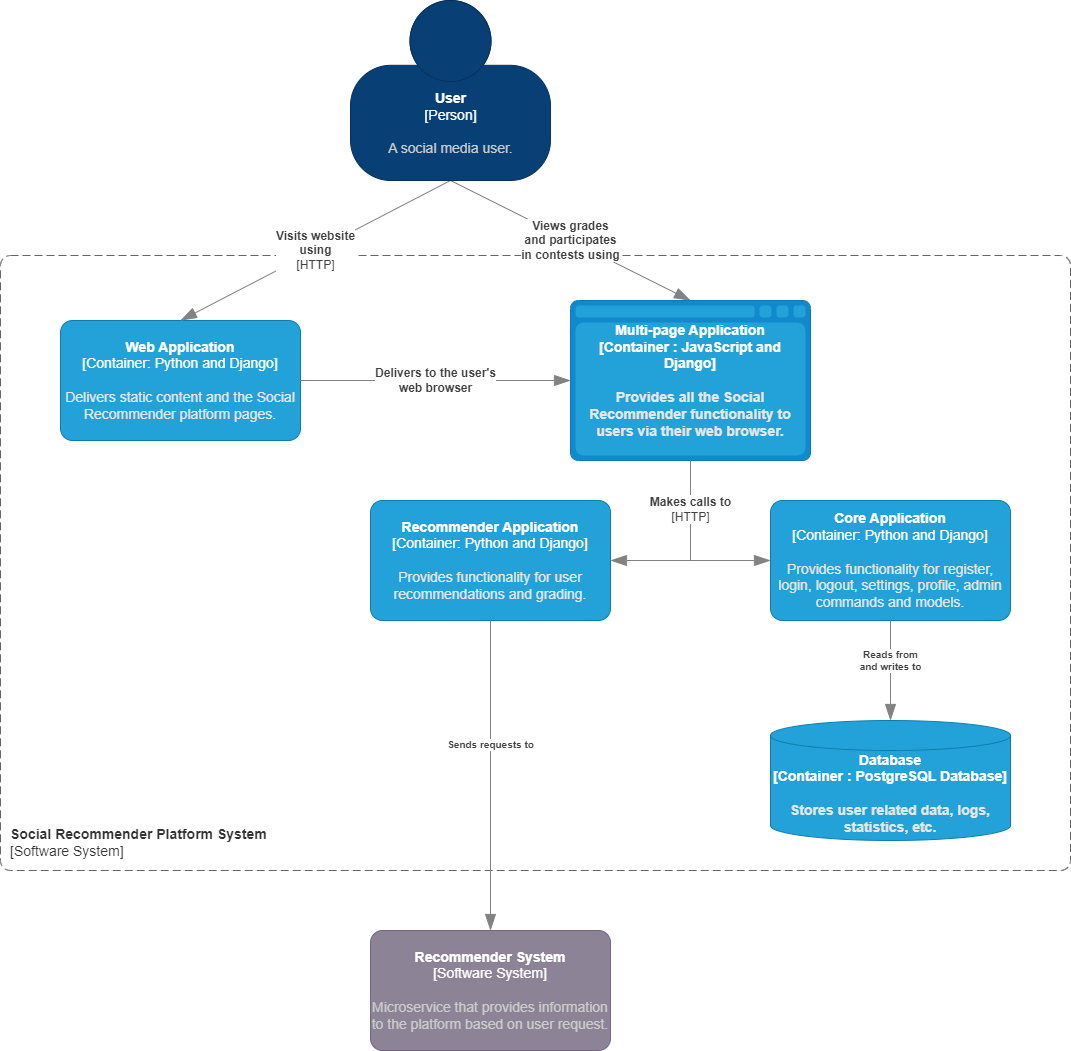
Above: docs/C2.png in Danie83/SoRe (draw.io), before the change. Source tidied: cells renumbered, new cells last; positions are measured from the earlier drawing's top-left corner, leaving out a move shared by most shapes.
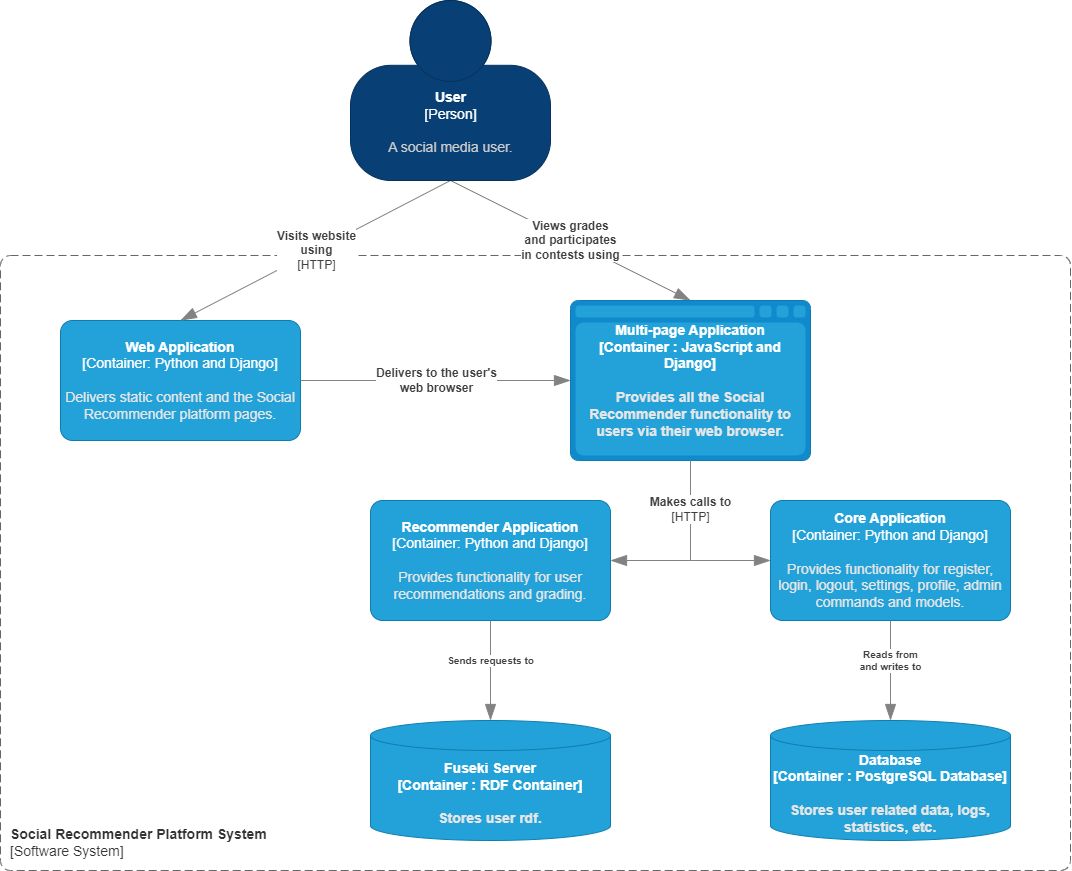
After the commit.

Change to the diagram source:
```diff
@@ -79,14 +79,14 @@
       </mxCell>
     </object>
     <object id="15" label="&lt;div style=&quot;text-align: left&quot;&gt;&lt;div style=&quot;text-align: center&quot;&gt;&lt;b&gt;%c4Description%&lt;/b&gt;&lt;/div&gt;" c4Description="Sends requests to" c4Type="Relationship" placeholders="1">
-      <mxCell style="endArrow=blockThin;html=1;fontSize=10;fontColor=#404040;strokeWidth=1;endFill=1;strokeColor=#828282;elbow=vertical;endSize=14;startSize=14;jumpStyle=arc;jumpSize=16;rounded=0;edgeStyle=orthogonalEdgeStyle;exitX=0.5;exitY=1;exitDx=0;exitDy=0;exitPerimeter=0;entryX=0.5;entryY=0;entryDx=0;entryDy=0;entryPerimeter=0;" parent="1" edge="1" source="9" target="16">
+      <mxCell style="endArrow=blockThin;html=1;fontSize=10;fontColor=#404040;strokeWidth=1;endFill=1;strokeColor=#828282;elbow=vertical;endSize=14;startSize=14;jumpStyle=arc;jumpSize=16;rounded=0;edgeStyle=orthogonalEdgeStyle;exitX=0.5;exitY=1;exitDx=0;exitDy=0;exitPerimeter=0;entryX=0.5;entryY=0;entryDx=0;entryDy=0;entryPerimeter=0;" parent="1" edge="1" source="9" target="17">
         <mxGeometry x="-0.2" relative="1" as="geometry" />
       </mxCell>
     </object>
-    <object id="16" label="&lt;font style=&quot;font-size: 14px;&quot;&gt;&lt;b style=&quot;font-size: 14px;&quot;&gt;%c4Name%&lt;/b&gt;&lt;/font&gt;&lt;div style=&quot;font-size: 14px;&quot;&gt;[%c4Type%]&lt;/div&gt;&lt;br style=&quot;font-size: 14px;&quot;&gt;&lt;div style=&quot;font-size: 14px;&quot;&gt;&lt;font style=&quot;font-size: 14px;&quot;&gt;&lt;font color=&quot;#cccccc&quot; style=&quot;font-size: 14px;&quot;&gt;%c4Description%&lt;/font&gt;&lt;/font&gt;&lt;/div&gt;" c4Description="Microservice that provides information to the platform based on user request." c4Name="Recommender System" c4Type="Software System" placeholders="1">
-      <mxCell style="rounded=1;whiteSpace=wrap;html=1;labelBackgroundColor=none;fillColor=#8C8496;fontColor=#ffffff;align=center;arcSize=10;strokeColor=#736782;points=[[0.25,0,0],[0.5,0,0],[0.75,0,0],[1,0.25,0],[1,0.5,0],[1,0.75,0],[0.75,1,0],[0.5,1,0],[0.25,1,0],[0,0.75,0],[0,0.5,0],[0,0.25,0]];fontSize=14;" parent="1" vertex="1">
-        <mxGeometry x="370" y="930" width="240" height="120" as="geometry" />
-      </mxCell>
-    </object>
+    <object id="17" label="&lt;font style=&quot;font-size: 14px;&quot;&gt;&lt;b style=&quot;font-size: 14px;&quot;&gt;%c4Type%&lt;/b&gt;&lt;/font&gt;&lt;div style=&quot;font-size: 14px;&quot;&gt;&lt;b style=&quot;font-size: 14px;&quot;&gt;[%c4Container%:&amp;nbsp;%c4Technology%]&lt;/b&gt;&lt;/div&gt;&lt;b style=&quot;font-size: 14px;&quot;&gt;&lt;br style=&quot;font-size: 14px;&quot;&gt;&lt;div style=&quot;font-size: 14px;&quot;&gt;&lt;font style=&quot;font-size: 14px;&quot;&gt;&lt;font color=&quot;#E6E6E6&quot; style=&quot;font-size: 14px;&quot;&gt;%c4Description%&lt;/font&gt;&lt;/font&gt;&lt;/div&gt;&lt;/b&gt;" c4Container="Container " c4Description="Stores user rdf." c4Technology="RDF Container" c4Type="Fuseki Server" placeholders="1">
+      <mxCell style="shape=cylinder3;size=15;whiteSpace=wrap;html=1;boundedLbl=1;rounded=0;labelBackgroundColor=none;fillColor=#23A2D9;fontSize=14;fontColor=#ffffff;align=center;strokeColor=#0E7DAD;points=[[0.5,0,0],[1,0.25,0],[1,0.5,0],[1,0.75,0],[0.5,1,0],[0,0.75,0],[0,0.5,0],[0,0.25,0]];" parent="1" vertex="1">
+        <mxGeometry x="370" y="720" width="240" height="120" as="geometry" />
+      </mxCell>
+    </object>
   </root>
 </mxGraphModel>
```
